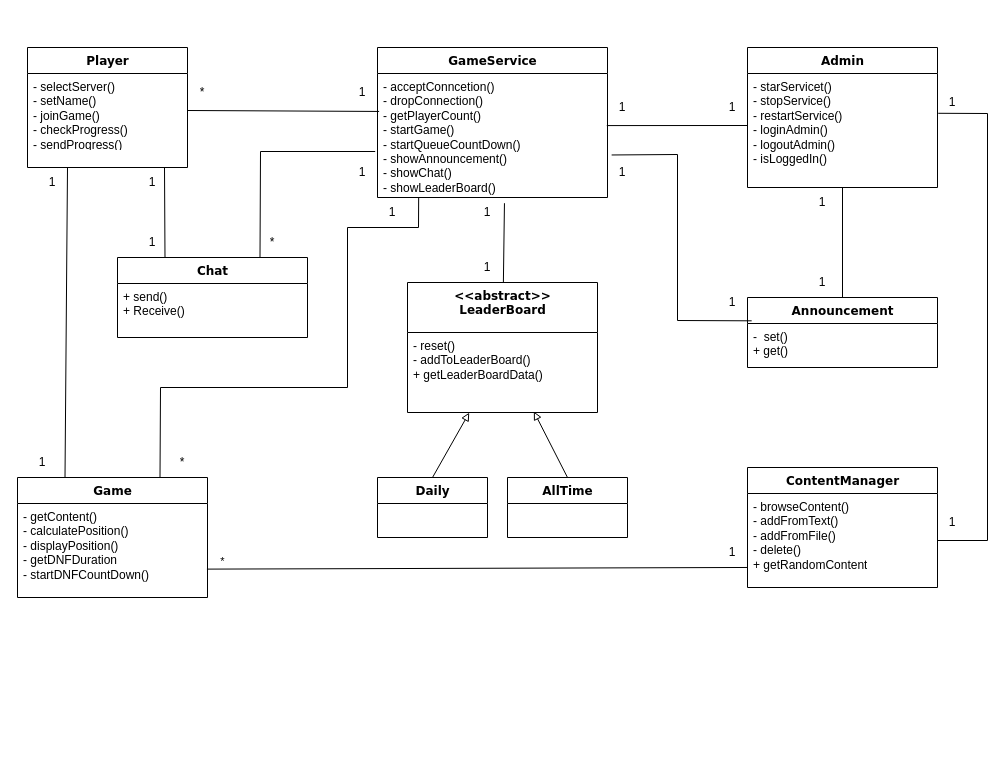
Above: TypeRacerClass.drawio in muratcanakcay/PW-SE1-TypeRacer (draw.io), before the change. Source tidied: cells renumbered, new cells numbered last; positions are measured from the earlier drawing's top-left corner, leaving out a move shared by most shapes. Both pictures are drawn from the tidied source at 100%, with x=0, y=0 at pixel (17, 47).
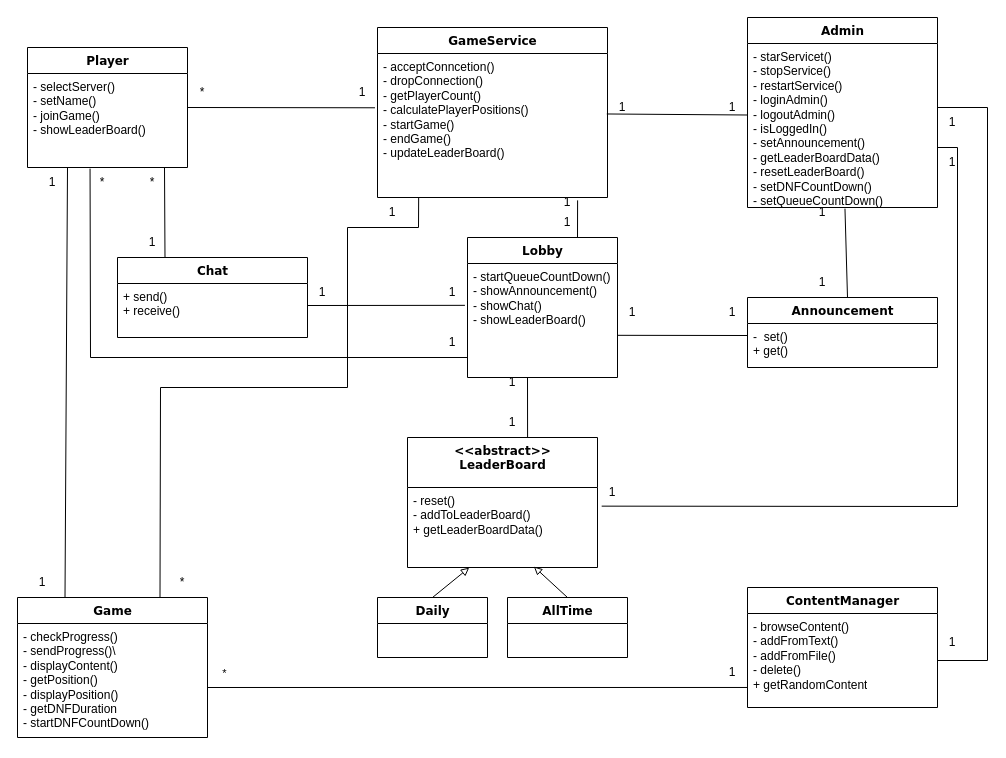
The same page after the edit.

The change refers to these unchanged cells:
```xml
<mxCell id="2" value="Player" style="swimlane;html=1;fontStyle=1;align=center;verticalAlign=top;horizontal=1;startSize=26;swimlaneFillColor=#ffffff;rounded=0;shadow=0;comic=0;labelBackgroundColor=none;strokeWidth=1;fillColor=none;fontFamily=Verdana;fontSize=12;" parent="1" vertex="1">
  <mxGeometry x="10" width="160" height="120" as="geometry" />
</mxCell>
<mxCell id="9" value="- reset()&amp;nbsp;&lt;br&gt;- addToLeaderBoard()&lt;br&gt;+ getLeaderBoardData()" style="text;html=1;strokeColor=none;fillColor=none;align=left;verticalAlign=top;spacingLeft=4;spacingRight=4;whiteSpace=wrap;overflow=hidden;points=[[0,0.5],[1,0.5]];portConstraint=eastwest;" parent="8" vertex="1">
  <mxGeometry y="50" width="190" height="74" as="geometry" />
</mxCell>
<mxCell id="11" value="- browseContent()&lt;br&gt;- addFromText()&lt;br&gt;- addFromFile()&lt;br&gt;- delete()&lt;br&gt;+ getRandomContent&lt;br&gt;" style="text;html=1;strokeColor=none;fillColor=none;align=left;verticalAlign=top;spacingLeft=4;spacingRight=4;whiteSpace=wrap;overflow=hidden;points=[[0,0.5],[1,0.5]];portConstraint=eastwest;" parent="10" vertex="1">
  <mxGeometry y="26" width="190" height="94" as="geometry" />
</mxCell>
<mxCell id="14" value="Chat" style="swimlane;html=1;fontStyle=1;align=center;verticalAlign=top;horizontal=1;startSize=26;swimlaneFillColor=#ffffff;rounded=0;shadow=0;comic=0;labelBackgroundColor=none;strokeWidth=1;fillColor=none;fontFamily=Verdana;fontSize=12;" parent="1" vertex="1">
  <mxGeometry x="100" y="210" width="190" height="80" as="geometry" />
</mxCell>
<mxCell id="16" value="Announcement" style="swimlane;html=1;fontStyle=1;align=center;verticalAlign=top;horizontal=1;startSize=26;swimlaneFillColor=#ffffff;rounded=0;shadow=0;comic=0;labelBackgroundColor=none;strokeWidth=1;fillColor=none;fontFamily=Verdana;fontSize=12;" parent="1" vertex="1">
  <mxGeometry x="730" y="250" width="190" height="70" as="geometry" />
</mxCell>
<mxCell id="17" value="-&amp;nbsp; set()&lt;br&gt;+ get()&amp;nbsp;" style="text;html=1;strokeColor=none;fillColor=none;align=left;verticalAlign=top;spacingLeft=4;spacingRight=4;whiteSpace=wrap;overflow=hidden;points=[[0,0.5],[1,0.5]];portConstraint=eastwest;" parent="16" vertex="1">
  <mxGeometry y="26" width="190" height="44" as="geometry" />
</mxCell>
<mxCell id="23" value="*" style="text;html=1;strokeColor=none;fillColor=none;align=center;verticalAlign=middle;whiteSpace=wrap;rounded=0;" parent="1" vertex="1">
  <mxGeometry x="170" y="30" width="30" height="30" as="geometry" />
</mxCell>
<mxCell id="44" value="1" style="text;html=1;strokeColor=none;fillColor=none;align=center;verticalAlign=middle;whiteSpace=wrap;rounded=0;" parent="1" vertex="1">
  <mxGeometry x="700" y="45" width="30" height="30" as="geometry" />
</mxCell>
```

What changed in the source:
```diff
@@
-    <mxCell id="3" value="- selectServer()&lt;br&gt;- setName()&lt;br&gt;- joinGame()&lt;br&gt;- checkProgress()&lt;br&gt;- sendProgress()" style="text;html=1;strokeColor=none;fillColor=none;align=left;verticalAlign=top;spacingLeft=4;spacingRight=4;whiteSpace=wrap;overflow=hidden;points=[[0,0.5],[1,0.5]];portConstraint=eastwest;" parent="2" vertex="1">
-      <mxGeometry y="26" width="160" height="74" as="geometry" />
+    <mxCell id="3" value="- selectServer()&lt;br&gt;- setName()&lt;br&gt;- joinGame()&lt;br&gt;- showLeaderBoard()" style="text;html=1;strokeColor=none;fillColor=none;align=left;verticalAlign=top;spacingLeft=4;spacingRight=4;whiteSpace=wrap;overflow=hidden;points=[[0,0.5],[1,0.5]];portConstraint=eastwest;" parent="2" vertex="1">
+      <mxGeometry y="26" width="160" height="94" as="geometry" />
     </mxCell>
     <mxCell id="4" value="Admin" style="swimlane;html=1;fontStyle=1;align=center;verticalAlign=top;horizontal=1;startSize=26;swimlaneFillColor=#ffffff;rounded=0;shadow=0;comic=0;labelBackgroundColor=none;strokeWidth=1;fillColor=none;fontFamily=Verdana;fontSize=12;" parent="1" vertex="1">
-      <mxGeometry x="730" width="190" height="140" as="geometry" />
+      <mxGeometry x="730" y="-30" width="190" height="190" as="geometry" />
     </mxCell>
-    <mxCell id="5" value="- starServicet()&amp;nbsp;&lt;br&gt;- stopService()&lt;br&gt;- restartService()&lt;br&gt;- loginAdmin()&lt;br&gt;- logoutAdmin()&lt;br&gt;- isLoggedIn()&amp;nbsp;" style="text;html=1;strokeColor=none;fillColor=none;align=left;verticalAlign=top;spacingLeft=4;spacingRight=4;whiteSpace=wrap;overflow=hidden;points=[[0,0.5],[1,0.5]];portConstraint=eastwest;" parent="4" vertex="1">
-      <mxGeometry y="26" width="190" height="114" as="geometry" />
+    <mxCell id="5" value="- starServicet()&amp;nbsp;&lt;br&gt;- stopService()&lt;br&gt;- restartService()&lt;br&gt;- loginAdmin()&lt;br&gt;- logoutAdmin()&lt;br&gt;- isLoggedIn()&lt;br&gt;- setAnnouncement()&lt;br&gt;- getLeaderBoardData()&lt;br&gt;- resetLeaderBoard()&lt;br&gt;- setDNFCountDown()&lt;br&gt;- setQueueCountDown()" style="text;html=1;strokeColor=none;fillColor=none;align=left;verticalAlign=top;spacingLeft=4;spacingRight=4;whiteSpace=wrap;overflow=hidden;points=[[0,0.5],[1,0.5]];portConstraint=eastwest;" parent="4" vertex="1">
+      <mxGeometry y="26" width="190" height="164" as="geometry" />
     </mxCell>
     <mxCell id="6" value="GameService" style="swimlane;html=1;fontStyle=1;align=center;verticalAlign=top;horizontal=1;startSize=26;swimlaneFillColor=#ffffff;rounded=0;shadow=0;comic=0;labelBackgroundColor=none;strokeWidth=1;fillColor=none;fontFamily=Verdana;fontSize=12;" parent="1" vertex="1">
-      <mxGeometry x="360" width="230" height="150" as="geometry" />
+      <mxGeometry x="360" y="-20" width="230" height="170" as="geometry" />
     </mxCell>
-    <mxCell id="7" value="- acceptConncetion()&amp;nbsp;&lt;br&gt;- dropConnection()&lt;br&gt;- getPlayerCount()&lt;br&gt;- startGame()&lt;br&gt;- startQueueCountDown()&lt;br&gt;- showAnnouncement()&lt;br&gt;- showChat()&lt;br&gt;- showLeaderBoard()" style="text;html=1;strokeColor=none;fillColor=none;align=left;verticalAlign=top;spacingLeft=4;spacingRight=4;whiteSpace=wrap;overflow=hidden;points=[[0,0.5],[1,0.5]];portConstraint=eastwest;" parent="6" vertex="1">
-      <mxGeometry y="26" width="230" height="124" as="geometry" />
+    <mxCell id="7" value="- acceptConncetion()&amp;nbsp;&lt;br&gt;- dropConnection()&lt;br&gt;- getPlayerCount()&lt;br&gt;- calculatePlayerPositions()&lt;br&gt;- startGame()&lt;br&gt;- endGame()&lt;br&gt;- updateLeaderBoard()" style="text;html=1;strokeColor=none;fillColor=none;align=left;verticalAlign=top;spacingLeft=4;spacingRight=4;whiteSpace=wrap;overflow=hidden;points=[[0,0.5],[1,0.5]];portConstraint=eastwest;" parent="6" vertex="1">
+      <mxGeometry y="26" width="230" height="144" as="geometry" />
     </mxCell>
     <mxCell id="8" value="&amp;lt;&amp;lt;abstract&amp;gt;&amp;gt;&lt;br&gt;LeaderBoard" style="swimlane;html=1;fontStyle=1;align=center;verticalAlign=top;horizontal=1;startSize=50;swimlaneFillColor=#ffffff;rounded=0;shadow=0;comic=0;labelBackgroundColor=none;strokeWidth=1;fillColor=none;fontFamily=Verdana;fontSize=12;" parent="1" vertex="1">
-      <mxGeometry x="390" y="235" width="190" height="130" as="geometry" />
+      <mxGeometry x="390" y="390" width="190" height="130" as="geometry" />
     </mxCell>
@@
     <mxCell id="10" value="ContentManager" style="swimlane;html=1;fontStyle=1;align=center;verticalAlign=top;horizontal=1;startSize=26;swimlaneFillColor=#ffffff;rounded=0;shadow=0;comic=0;labelBackgroundColor=none;strokeWidth=1;fillColor=none;fontFamily=Verdana;fontSize=12;" parent="1" vertex="1">
-      <mxGeometry x="730" y="420" width="190" height="120" as="geometry" />
+      <mxGeometry x="730" y="540" width="190" height="120" as="geometry" />
     </mxCell>
@@
     <mxCell id="12" value="Game" style="swimlane;html=1;fontStyle=1;align=center;verticalAlign=top;horizontal=1;startSize=26;swimlaneFillColor=#ffffff;rounded=0;shadow=0;comic=0;labelBackgroundColor=none;strokeWidth=1;fillColor=none;fontFamily=Verdana;fontSize=12;" parent="1" vertex="1">
-      <mxGeometry y="430" width="190" height="120" as="geometry" />
+      <mxGeometry y="550" width="190" height="140" as="geometry" />
     </mxCell>
-    <mxCell id="13" value="- getContent()&amp;nbsp;&lt;br&gt;- calculatePosition()&lt;br&gt;- displayPosition()&lt;br&gt;- getDNFDuration&lt;br&gt;- startDNFCountDown()" style="text;html=1;strokeColor=none;fillColor=none;align=left;verticalAlign=top;spacingLeft=4;spacingRight=4;whiteSpace=wrap;overflow=hidden;points=[[0,0.5],[1,0.5]];portConstraint=eastwest;" parent="12" vertex="1">
-      <mxGeometry y="26" width="190" height="94" as="geometry" />
+    <mxCell id="13" value="- checkProgress()&lt;br&gt;- sendProgress()\&lt;br&gt;- displayContent()&lt;br&gt;- getPosition()&lt;br&gt;- displayPosition()&lt;br&gt;- getDNFDuration&lt;br&gt;- startDNFCountDown()" style="text;html=1;strokeColor=none;fillColor=none;align=left;verticalAlign=top;spacingLeft=4;spacingRight=4;whiteSpace=wrap;overflow=hidden;points=[[0,0.5],[1,0.5]];portConstraint=eastwest;" parent="12" vertex="1">
+      <mxGeometry y="26" width="190" height="114" as="geometry" />
     </mxCell>
@@
-    <mxCell id="15" value="+ send()&amp;nbsp;&lt;br&gt;+ Receive()" style="text;html=1;strokeColor=none;fillColor=none;align=left;verticalAlign=top;spacingLeft=4;spacingRight=4;whiteSpace=wrap;overflow=hidden;points=[[0,0.5],[1,0.5]];portConstraint=eastwest;" parent="14" vertex="1">
+    <mxCell id="15" value="+ send()&amp;nbsp;&lt;br&gt;+ receive()" style="text;html=1;strokeColor=none;fillColor=none;align=left;verticalAlign=top;spacingLeft=4;spacingRight=4;whiteSpace=wrap;overflow=hidden;points=[[0,0.5],[1,0.5]];portConstraint=eastwest;" parent="14" vertex="1">
       <mxGeometry y="26" width="190" height="44" as="geometry" />
     </mxCell>
@@
     <mxCell id="18" value="Daily" style="swimlane;html=1;fontStyle=1;align=center;verticalAlign=top;horizontal=1;startSize=26;swimlaneFillColor=#ffffff;rounded=0;shadow=0;comic=0;labelBackgroundColor=none;strokeWidth=1;fillColor=none;fontFamily=Verdana;fontSize=12;" parent="1" vertex="1">
-      <mxGeometry x="360" y="430" width="110" height="60" as="geometry" />
+      <mxGeometry x="360" y="550" width="110" height="60" as="geometry" />
     </mxCell>
     <mxCell id="19" value="AllTime" style="swimlane;html=1;fontStyle=1;align=center;verticalAlign=top;horizontal=1;startSize=26;swimlaneFillColor=#ffffff;rounded=0;shadow=0;comic=0;labelBackgroundColor=none;strokeWidth=1;fillColor=none;fontFamily=Verdana;fontSize=12;" parent="1" vertex="1">
-      <mxGeometry x="490" y="430" width="120" height="60" as="geometry" />
+      <mxGeometry x="490" y="550" width="120" height="60" as="geometry" />
     </mxCell>
-    <mxCell id="20" style="endArrow=none;html=1;rounded=0;entryX=0.007;entryY=0.306;entryDx=0;entryDy=0;entryPerimeter=0;exitX=1;exitY=0.5;exitDx=0;exitDy=0;" parent="1" edge="1" source="3" target="7">
+    <mxCell id="20" style="endArrow=none;html=1;rounded=0;entryX=-0.011;entryY=0.377;entryDx=0;entryDy=0;entryPerimeter=0;exitX=0;exitY=1;exitDx=0;exitDy=0;exitPerimeter=0;" parent="1" edge="1" source="23" target="7">
       <mxGeometry relative="1" as="geometry" />
     </mxCell>
@@
     <mxCell id="27" value="*" style="text;html=1;strokeColor=none;fillColor=none;align=center;verticalAlign=middle;whiteSpace=wrap;rounded=0;" parent="1" vertex="1">
-      <mxGeometry x="150" y="400" width="30" height="30" as="geometry" />
+      <mxGeometry x="150" y="520" width="30" height="30" as="geometry" />
     </mxCell>
@@
     <mxCell id="30" value="1" style="text;html=1;strokeColor=none;fillColor=none;align=center;verticalAlign=middle;whiteSpace=wrap;rounded=0;" parent="1" vertex="1">
-      <mxGeometry x="10" y="400" width="30" height="30" as="geometry" />
+      <mxGeometry x="10" y="520" width="30" height="30" as="geometry" />
     </mxCell>
@@
-    <mxCell id="32" style="endArrow=none;html=1;rounded=0;exitX=0.997;exitY=0.698;exitDx=0;exitDy=0;exitPerimeter=0;entryX=0;entryY=0.787;entryDx=0;entryDy=0;entryPerimeter=0;endFill=0;" parent="1" edge="1" source="13" target="11">
-      <mxGeometry relative="1" as="geometry" />
+    <mxCell id="32" style="endArrow=none;html=1;rounded=0;entryX=0;entryY=0.787;entryDx=0;entryDy=0;entryPerimeter=0;endFill=0;" parent="1" edge="1" target="11">
+      <mxGeometry relative="1" as="geometry">
+        <mxPoint x="190" y="640" as="sourcePoint" />
+      </mxGeometry>
     </mxCell>
     <mxCell id="33" value="&amp;nbsp; &amp;nbsp; *" style="edgeLabel;html=1;align=left;verticalAlign=bottom;" parent="32" vertex="1">
-      <mxGeometry x="-1" relative="1" as="geometry" />
+      <mxGeometry x="-1" relative="1" as="geometry">
+        <mxPoint x="1" y="-6" as="offset" />
+      </mxGeometry>
     </mxCell>
     <mxCell id="34" value="1" style="text;html=1;strokeColor=none;fillColor=none;align=center;verticalAlign=middle;whiteSpace=wrap;rounded=0;" parent="1" vertex="1">
-      <mxGeometry x="120" y="120" width="30" height="30" as="geometry" />
+      <mxGeometry x="290" y="230" width="30" height="30" as="geometry" />
     </mxCell>
@@
-    <mxCell id="36" style="endArrow=none;html=1;rounded=0;exitX=0.75;exitY=0;exitDx=0;exitDy=0;entryX=-0.01;entryY=0.629;entryDx=0;entryDy=0;entryPerimeter=0;" parent="1" edge="1" source="14" target="7">
-      <mxGeometry relative="1" as="geometry">
-        <Array as="points">
-          <mxPoint x="243" y="104" />
-        </Array>
-      </mxGeometry>
-    </mxCell>
     <mxCell id="37" value="1" style="text;html=1;strokeColor=none;fillColor=none;align=center;verticalAlign=middle;whiteSpace=wrap;rounded=0;" parent="1" vertex="1">
-      <mxGeometry x="330" y="110" width="30" height="30" as="geometry" />
+      <mxGeometry x="420" y="230" width="30" height="30" as="geometry" />
     </mxCell>
     <mxCell id="38" value="*" style="text;html=1;strokeColor=none;fillColor=none;align=center;verticalAlign=middle;whiteSpace=wrap;rounded=0;" parent="1" vertex="1">
-      <mxGeometry x="240" y="180" width="30" height="30" as="geometry" />
+      <mxGeometry x="120" y="120" width="30" height="30" as="geometry" />
     </mxCell>
-    <mxCell id="39" style="endArrow=none;html=1;rounded=0;entryX=0.552;entryY=1.046;entryDx=0;entryDy=0;entryPerimeter=0;" parent="1" edge="1" source="8" target="7">
+    <mxCell id="39" style="endArrow=none;html=1;rounded=0;entryX=1;entryY=0.25;entryDx=0;entryDy=0;exitX=0.632;exitY=0.003;exitDx=0;exitDy=0;exitPerimeter=0;" parent="1" edge="1" source="8" target="40">
       <mxGeometry relative="1" as="geometry" />
     </mxCell>
     <mxCell id="40" value="1" style="text;html=1;strokeColor=none;fillColor=none;align=center;verticalAlign=middle;whiteSpace=wrap;rounded=0;" parent="1" vertex="1">
-      <mxGeometry x="455" y="150" width="30" height="30" as="geometry" />
+      <mxGeometry x="480" y="320" width="30" height="30" as="geometry" />
     </mxCell>
     <mxCell id="41" value="1" style="text;html=1;strokeColor=none;fillColor=none;align=center;verticalAlign=middle;whiteSpace=wrap;rounded=0;" parent="1" vertex="1">
-      <mxGeometry x="455" y="205" width="30" height="30" as="geometry" />
+      <mxGeometry x="480" y="360" width="30" height="30" as="geometry" />
     </mxCell>
-    <mxCell id="42" style="endArrow=none;html=1;rounded=0;exitX=0.997;exitY=0.42;exitDx=0;exitDy=0;exitPerimeter=0;" parent="1" edge="1" source="7">
-      <mxGeometry relative="1" as="geometry">
-        <mxPoint x="730" y="78" as="targetPoint" />
-      </mxGeometry>
+    <mxCell id="42" style="endArrow=none;html=1;rounded=0;exitX=0.997;exitY=0.42;exitDx=0;exitDy=0;exitPerimeter=0;entryX=1;entryY=0.75;entryDx=0;entryDy=0;" parent="1" edge="1" source="7" target="44">
+      <mxGeometry relative="1" as="geometry" />
     </mxCell>
@@
-    <mxCell id="45" style="endArrow=none;html=1;rounded=0;exitX=0.5;exitY=0;exitDx=0;exitDy=0;" parent="1" edge="1" source="16" target="5">
-      <mxGeometry relative="1" as="geometry" />
+    <mxCell id="45" style="endArrow=none;html=1;rounded=0;entryX=0.513;entryY=1.007;entryDx=0;entryDy=0;entryPerimeter=0;" parent="1" edge="1" target="5">
+      <mxGeometry relative="1" as="geometry">
+        <mxPoint x="830" y="250" as="sourcePoint" />
+      </mxGeometry>
     </mxCell>
     <mxCell id="46" value="1" style="text;html=1;strokeColor=none;fillColor=none;align=center;verticalAlign=middle;whiteSpace=wrap;rounded=0;" parent="1" vertex="1">
-      <mxGeometry x="790" y="140" width="30" height="30" as="geometry" />
+      <mxGeometry x="790" y="150" width="30" height="30" as="geometry" />
     </mxCell>
@@
-    <mxCell id="48" style="endArrow=none;html=1;rounded=0;entryX=1.018;entryY=0.657;entryDx=0;entryDy=0;entryPerimeter=0;exitX=0.022;exitY=-0.061;exitDx=0;exitDy=0;exitPerimeter=0;" parent="1" edge="1" source="17" target="7">
-      <mxGeometry relative="1" as="geometry">
-        <Array as="points">
-          <mxPoint x="660" y="273" />
-          <mxPoint x="660" y="107" />
-        </Array>
-      </mxGeometry>
-    </mxCell>
     <mxCell id="49" value="1" style="text;html=1;strokeColor=none;fillColor=none;align=center;verticalAlign=middle;whiteSpace=wrap;rounded=0;" parent="1" vertex="1">
-      <mxGeometry x="590" y="110" width="30" height="30" as="geometry" />
+      <mxGeometry x="600" y="250" width="30" height="30" as="geometry" />
     </mxCell>
     <mxCell id="50" value="1" style="text;html=1;strokeColor=none;fillColor=none;align=center;verticalAlign=middle;whiteSpace=wrap;rounded=0;" parent="1" vertex="1">
-      <mxGeometry x="700" y="240" width="30" height="30" as="geometry" />
+      <mxGeometry x="700" y="250" width="30" height="30" as="geometry" />
     </mxCell>
-    <mxCell id="51" style="endArrow=none;html=1;rounded=0;exitX=1;exitY=0.5;exitDx=0;exitDy=0;entryX=1.004;entryY=0.349;entryDx=0;entryDy=0;entryPerimeter=0;" parent="1" edge="1" source="11" target="5">
+    <mxCell id="51" style="endArrow=none;html=1;rounded=0;exitX=1;exitY=0.5;exitDx=0;exitDy=0;entryX=0;entryY=0;entryDx=0;entryDy=0;" parent="1" edge="1" source="11" target="54">
       <mxGeometry relative="1" as="geometry">
         <Array as="points">
-          <mxPoint x="970" y="493" />
-          <mxPoint x="970" y="66" />
+          <mxPoint x="970" y="613" />
+          <mxPoint x="970" y="60" />
         </Array>
       </mxGeometry>
     </mxCell>
     <mxCell id="52" value="1" style="text;html=1;strokeColor=none;fillColor=none;align=center;verticalAlign=middle;whiteSpace=wrap;rounded=0;" parent="1" vertex="1">
-      <mxGeometry x="920" y="460" width="30" height="30" as="geometry" />
+      <mxGeometry x="920" y="580" width="30" height="30" as="geometry" />
     </mxCell>
     <mxCell id="53" value="1" style="text;html=1;strokeColor=none;fillColor=none;align=center;verticalAlign=middle;whiteSpace=wrap;rounded=0;" parent="1" vertex="1">
-      <mxGeometry x="700" y="490" width="30" height="30" as="geometry" />
+      <mxGeometry x="700" y="610" width="30" height="30" as="geometry" />
     </mxCell>
     <mxCell id="54" value="1" style="text;html=1;strokeColor=none;fillColor=none;align=center;verticalAlign=middle;whiteSpace=wrap;rounded=0;" parent="1" vertex="1">
-      <mxGeometry x="920" y="40" width="30" height="30" as="geometry" />
+      <mxGeometry x="920" y="60" width="30" height="30" as="geometry" />
     </mxCell>
+    <mxCell id="55" value="Lobby" style="swimlane;html=1;fontStyle=1;align=center;verticalAlign=top;horizontal=1;startSize=26;swimlaneFillColor=#ffffff;rounded=0;shadow=0;comic=0;labelBackgroundColor=none;strokeWidth=1;fillColor=none;fontFamily=Verdana;fontSize=12;" parent="1" vertex="1">
+      <mxGeometry x="450" y="190" width="150" height="140" as="geometry" />
+    </mxCell>
+    <mxCell id="56" value="- startQueueCountDown()&lt;br&gt;- showAnnouncement()&lt;br&gt;- showChat()&lt;br&gt;- showLeaderBoard()" style="text;html=1;strokeColor=none;fillColor=none;align=left;verticalAlign=top;spacingLeft=4;spacingRight=4;whiteSpace=wrap;overflow=hidden;points=[[0,0.5],[1,0.5]];portConstraint=eastwest;" parent="55" vertex="1">
+      <mxGeometry y="26" width="150" height="114" as="geometry" />
+    </mxCell>
+    <mxCell id="57" style="endArrow=none;html=1;rounded=0;entryX=1;entryY=0.63;entryDx=0;entryDy=0;entryPerimeter=0;" parent="1" edge="1" target="56">
+      <mxGeometry relative="1" as="geometry">
+        <mxPoint x="730" y="288" as="sourcePoint" />
+      </mxGeometry>
+    </mxCell>
+    <mxCell id="58" style="endArrow=none;html=1;rounded=0;exitX=1;exitY=0.5;exitDx=0;exitDy=0;entryX=-0.017;entryY=0.367;entryDx=0;entryDy=0;entryPerimeter=0;" parent="1" edge="1" source="15" target="56">
+      <mxGeometry relative="1" as="geometry" />
+    </mxCell>
+    <mxCell id="59" style="endArrow=none;html=1;rounded=0;entryX=0.87;entryY=1.02;entryDx=0;entryDy=0;entryPerimeter=0;" parent="1" edge="1" target="7">
+      <mxGeometry relative="1" as="geometry">
+        <mxPoint x="560" y="190" as="sourcePoint" />
+      </mxGeometry>
+    </mxCell>
+    <mxCell id="60" value="1" style="text;html=1;strokeColor=none;fillColor=none;align=center;verticalAlign=middle;whiteSpace=wrap;rounded=0;" parent="1" vertex="1">
+      <mxGeometry x="535" y="140" width="30" height="30" as="geometry" />
+    </mxCell>
+    <mxCell id="61" value="1" style="text;html=1;strokeColor=none;fillColor=none;align=center;verticalAlign=middle;whiteSpace=wrap;rounded=0;" parent="1" vertex="1">
+      <mxGeometry x="535" y="160" width="30" height="30" as="geometry" />
+    </mxCell>
+    <mxCell id="62" style="endArrow=none;html=1;rounded=0;entryX=1.022;entryY=0.252;entryDx=0;entryDy=0;entryPerimeter=0;exitX=0;exitY=0;exitDx=0;exitDy=0;" parent="1" edge="1" source="63" target="9">
+      <mxGeometry relative="1" as="geometry">
+        <Array as="points">
+          <mxPoint x="940" y="100" />
+          <mxPoint x="940" y="459" />
+        </Array>
+      </mxGeometry>
+    </mxCell>
+    <mxCell id="63" value="1" style="text;html=1;strokeColor=none;fillColor=none;align=center;verticalAlign=middle;whiteSpace=wrap;rounded=0;" parent="1" vertex="1">
+      <mxGeometry x="920" y="100" width="30" height="30" as="geometry" />
+    </mxCell>
+    <mxCell id="64" value="1" style="text;html=1;strokeColor=none;fillColor=none;align=center;verticalAlign=middle;whiteSpace=wrap;rounded=0;" parent="1" vertex="1">
+      <mxGeometry x="580" y="430" width="30" height="30" as="geometry" />
+    </mxCell>
+    <mxCell id="65" style="endArrow=none;html=1;rounded=0;entryX=0.391;entryY=1.012;entryDx=0;entryDy=0;entryPerimeter=0;" parent="1" edge="1" target="3">
+      <mxGeometry relative="1" as="geometry">
+        <mxPoint x="450" y="310" as="sourcePoint" />
+        <Array as="points">
+          <mxPoint x="73" y="310" />
+        </Array>
+      </mxGeometry>
+    </mxCell>
+    <mxCell id="66" value="1" style="text;html=1;strokeColor=none;fillColor=none;align=center;verticalAlign=middle;whiteSpace=wrap;rounded=0;" parent="1" vertex="1">
+      <mxGeometry x="420" y="280" width="30" height="30" as="geometry" />
+    </mxCell>
+    <mxCell id="67" value="*" style="text;html=1;strokeColor=none;fillColor=none;align=center;verticalAlign=middle;whiteSpace=wrap;rounded=0;" parent="1" vertex="1">
+      <mxGeometry x="70" y="120" width="30" height="30" as="geometry" />
+    </mxCell>
```
